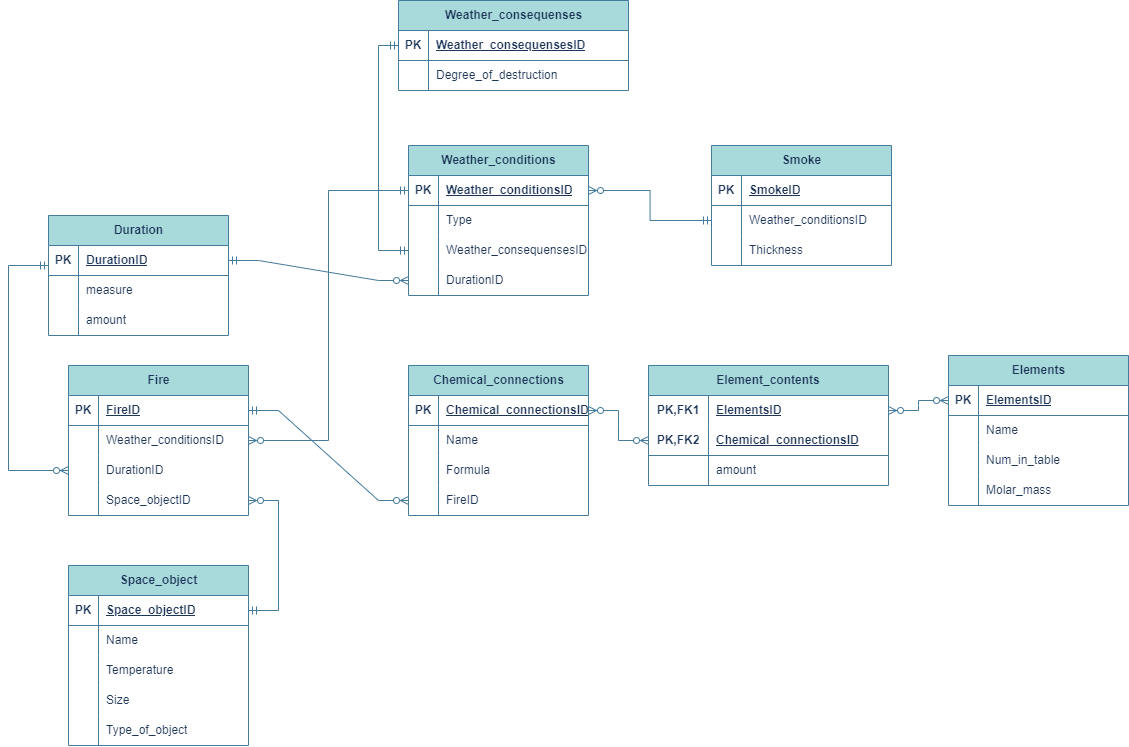
Earlier version of the draw.io export Lab1/Untitled Diagram.drawio.png (UVA-dot/BDLab1). Source tidied: cells renumbered, new cells last; positions are measured from the earlier drawing's top-left corner, leaving out a move shared by most shapes.
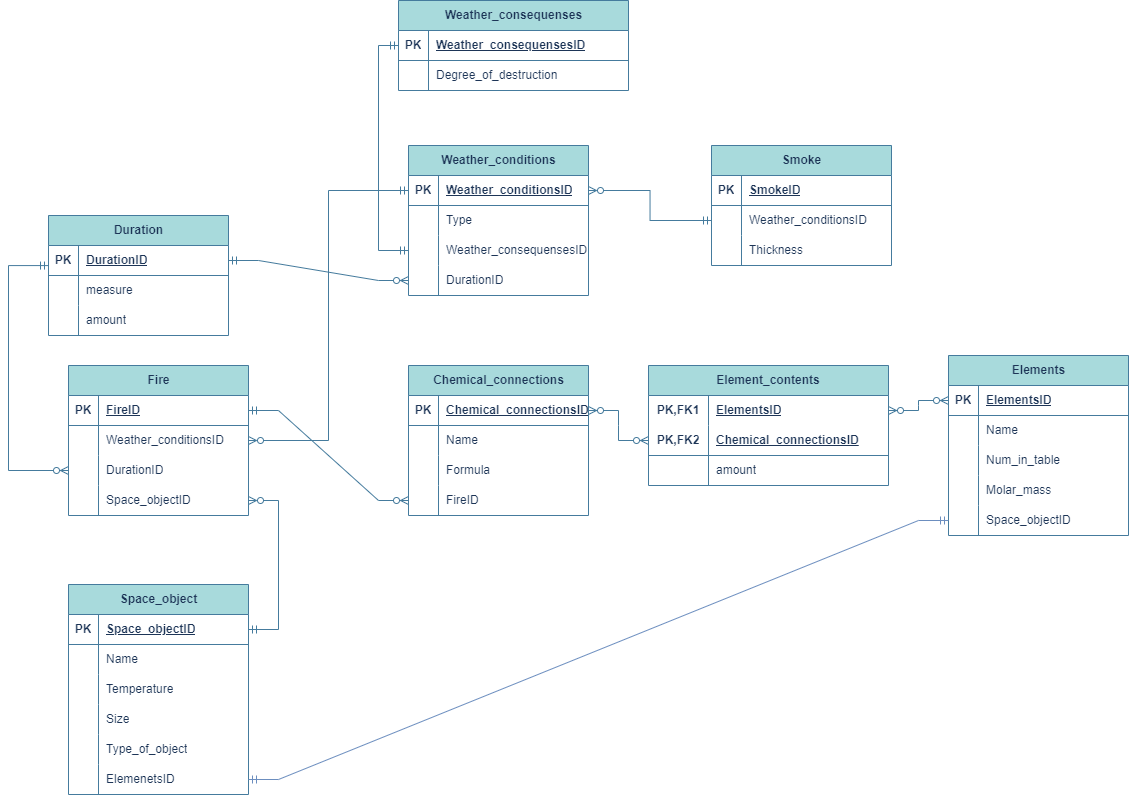
After the change.

Diff of the diagram source:
```diff
@@ -42,7 +42,7 @@
       <mxGeometry x="30" width="150" height="30" as="geometry" />
     </mxCell>
     <mxCell id="15" value="Space_object" style="shape=table;startSize=30;rowLines=0;fontStyle=1;align=center;html=1;labelBackgroundColor=none;fillColor=#A8DADC;strokeColor=#457B9D;fontColor=#1D3557;" parent="1" vertex="1">
-      <mxGeometry x="60" y="565" width="180" height="180" as="geometry" />
+      <mxGeometry x="60" y="584" width="180" height="210" as="geometry" />
     </mxCell>
     <mxCell id="16" style="shape=tableRow;horizontal=0;startSize=0;swimlaneHead=0;swimlaneBody=0;fillColor=none;points=[[0,0.5],[1,0.5]];portConstraint=eastwest;top=0;left=0;right=0;bottom=1;labelBackgroundColor=none;strokeColor=#457B9D;fontColor=#1D3557;" parent="15" vertex="1">
       <mxGeometry y="30" width="180" height="30" as="geometry" />
@@ -89,6 +89,15 @@
     <mxCell id="30" value="Type_of_object" style="shape=partialRectangle;fillColor=none;top=0;left=0;bottom=0;right=0;align=left;spacingLeft=6;overflow=hidden;whiteSpace=wrap;html=1;labelBackgroundColor=none;strokeColor=#457B9D;fontColor=#1D3557;" parent="28" vertex="1">
       <mxGeometry x="30" width="150" height="30" as="geometry" />
     </mxCell>
+    <mxCell id="116" style="shape=tableRow;horizontal=0;startSize=0;swimlaneHead=0;swimlaneBody=0;fillColor=none;points=[[0,0.5],[1,0.5]];portConstraint=eastwest;top=0;left=0;right=0;bottom=0;labelBackgroundColor=none;strokeColor=#457B9D;fontColor=#1D3557;" parent="15" vertex="1">
+      <mxGeometry y="180" width="180" height="30" as="geometry" />
+    </mxCell>
+    <mxCell id="117" style="shape=partialRectangle;fillColor=none;top=0;left=0;bottom=0;right=0;overflow=hidden;whiteSpace=wrap;html=1;labelBackgroundColor=none;strokeColor=#457B9D;fontColor=#1D3557;" parent="116" vertex="1">
+      <mxGeometry width="30" height="30" as="geometry" />
+    </mxCell>
+    <mxCell id="118" value="ElemenetsID" style="shape=partialRectangle;fillColor=none;top=0;left=0;bottom=0;right=0;align=left;spacingLeft=6;overflow=hidden;whiteSpace=wrap;html=1;labelBackgroundColor=none;strokeColor=#457B9D;fontColor=#1D3557;" parent="116" vertex="1">
+      <mxGeometry x="30" width="150" height="30" as="geometry" />
+    </mxCell>
     <mxCell id="31" style="edgeStyle=orthogonalEdgeStyle;rounded=0;jettySize=auto;html=1;exitX=1;exitY=0.5;exitDx=0;exitDy=0;startArrow=ERzeroToMany;startFill=0;endArrow=ERmandOne;endFill=0;labelBackgroundColor=none;strokeColor=#457B9D;fontColor=default;" parent="1" edge="1" source="36" target="3">
       <mxGeometry relative="1" as="geometry" />
     </mxCell>
@@ -203,10 +212,10 @@
     <mxCell id="68" style="edgeStyle=orthogonalEdgeStyle;rounded=0;jettySize=auto;html=1;entryX=0;entryY=0.5;entryDx=0;entryDy=0;startArrow=ERzeroToMany;startFill=0;endArrow=ERmandOne;endFill=0;labelBackgroundColor=none;strokeColor=#457B9D;fontColor=default;" parent="1" edge="1" source="3" target="62">
       <mxGeometry relative="1" as="geometry" />
     </mxCell>
-    <mxCell id="69" style="edgeStyle=entityRelationEdgeStyle;fontSize=12;html=1;endArrow=ERzeroToMany;rounded=0;exitX=1;exitY=0.5;exitDx=0;exitDy=0;entryX=1;entryY=0.5;entryDx=0;entryDy=0;startArrow=ERmandOne;startFill=0;endFill=0;labelBackgroundColor=none;strokeColor=#457B9D;fontColor=default;" parent="1" edge="1" source="16" target="42">
+    <mxCell id="69" style="edgeStyle=entityRelationEdgeStyle;fontSize=12;html=1;endArrow=ERzeroToMany;rounded=0;entryX=1;entryY=0.5;entryDx=0;entryDy=0;startArrow=ERmandOne;startFill=0;endFill=0;labelBackgroundColor=none;strokeColor=#457B9D;fontColor=default;" parent="1" edge="1" source="16" target="42">
       <mxGeometry relative="1" as="geometry">
         <Array as="points">
-          <mxPoint x="290" y="255" />
+          <mxPoint x="290" y="260" />
         </Array>
       </mxGeometry>
     </mxCell>
@@ -251,7 +260,7 @@
       <mxGeometry relative="1" as="geometry" />
     </mxCell>
     <mxCell id="82" value="Elements" style="shape=table;startSize=30;rowLines=0;fontStyle=1;align=center;html=1;labelBackgroundColor=none;fillColor=#A8DADC;strokeColor=#457B9D;fontColor=#1D3557;" parent="1" vertex="1">
-      <mxGeometry x="940" y="355" width="180" height="150" as="geometry" />
+      <mxGeometry x="940" y="355" width="180" height="180" as="geometry" />
     </mxCell>
     <mxCell id="83" style="shape=tableRow;horizontal=0;startSize=0;swimlaneHead=0;swimlaneBody=0;fillColor=none;points=[[0,0.5],[1,0.5]];portConstraint=eastwest;top=0;left=0;right=0;bottom=1;labelBackgroundColor=none;strokeColor=#457B9D;fontColor=#1D3557;" parent="82" vertex="1">
       <mxGeometry y="30" width="180" height="30" as="geometry" />
@@ -289,6 +298,15 @@
     <mxCell id="94" value="Molar_mass" style="shape=partialRectangle;fillColor=none;top=0;left=0;bottom=0;right=0;align=left;spacingLeft=6;overflow=hidden;whiteSpace=wrap;html=1;labelBackgroundColor=none;strokeColor=#457B9D;fontColor=#1D3557;" parent="92" vertex="1">
       <mxGeometry x="30" width="150" height="30" as="geometry" />
     </mxCell>
+    <mxCell id="119" style="shape=tableRow;horizontal=0;startSize=0;swimlaneHead=0;swimlaneBody=0;fillColor=none;points=[[0,0.5],[1,0.5]];portConstraint=eastwest;top=0;left=0;right=0;bottom=0;labelBackgroundColor=none;strokeColor=#457B9D;fontColor=#1D3557;" parent="82" vertex="1">
+      <mxGeometry y="150" width="180" height="30" as="geometry" />
+    </mxCell>
+    <mxCell id="120" style="shape=partialRectangle;fillColor=none;top=0;left=0;bottom=0;right=0;overflow=hidden;whiteSpace=wrap;html=1;labelBackgroundColor=none;strokeColor=#457B9D;fontColor=#1D3557;" parent="119" vertex="1">
+      <mxGeometry width="30" height="30" as="geometry" />
+    </mxCell>
+    <mxCell id="121" value="Space_objectID" style="shape=partialRectangle;fillColor=none;top=0;left=0;bottom=0;right=0;align=left;spacingLeft=6;overflow=hidden;whiteSpace=wrap;html=1;labelBackgroundColor=none;strokeColor=#457B9D;fontColor=#1D3557;" parent="119" vertex="1">
+      <mxGeometry x="30" width="150" height="30" as="geometry" />
+    </mxCell>
     <mxCell id="95" style="edgeStyle=entityRelationEdgeStyle;fontSize=12;html=1;endArrow=ERzeroToMany;endFill=1;startArrow=ERzeroToMany;rounded=0;entryX=0;entryY=0.5;entryDx=0;entryDy=0;labelBackgroundColor=none;strokeColor=#457B9D;fontColor=default;" parent="1" edge="1" source="72" target="83">
       <mxGeometry relative="1" as="geometry" />
     </mxCell>
@@ -362,5 +380,8 @@
     <mxCell id="115" style="edgeStyle=entityRelationEdgeStyle;fontSize=12;html=1;endArrow=ERzeroToMany;startArrow=ERmandOne;rounded=0;exitX=1;exitY=0.5;exitDx=0;exitDy=0;entryX=0;entryY=0.5;entryDx=0;entryDy=0;labelBackgroundColor=none;strokeColor=#457B9D;fontColor=default;" parent="1" edge="1" source="105" target="12">
       <mxGeometry relative="1" as="geometry" />
     </mxCell>
+    <mxCell id="122" style="edgeStyle=entityRelationEdgeStyle;fontSize=12;html=1;endArrow=ERmandOne;startArrow=ERmandOne;rounded=0;fillColor=#dae8fc;strokeColor=#6c8ebf;" parent="1" edge="1" source="116" target="119">
+      <mxGeometry relative="1" as="geometry" />
+    </mxCell>
   </root>
 </mxGraphModel>
```
